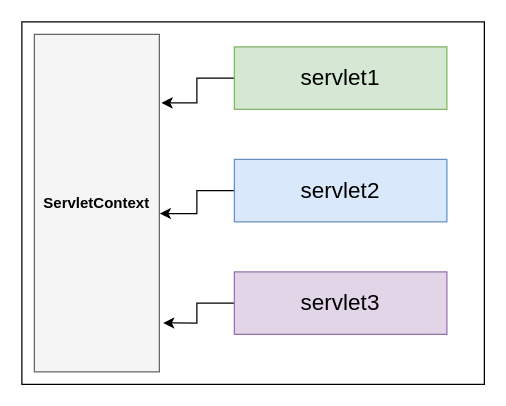
This is servletContext.drawio from JavaLiuTongXue/repo2, a draw.io file, before an edit. Source tidied: cells renumbered, new cells numbered last; positions are measured from the earlier drawing's top-left corner, leaving out a move shared by most shapes. Both pictures are drawn from the tidied source at 125%, with x=0, y=0 at pixel (21, 21).
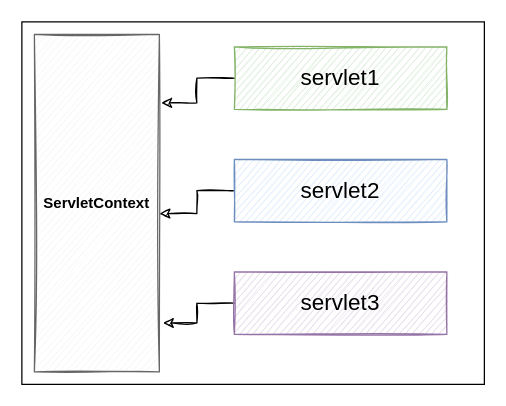
The same diagram, later.

Change to the diagram source:
```diff
@@
 <mxGraphModel>
   <root>
     <mxCell id="0" />
     <mxCell id="1" parent="0" />
     <mxCell id="2" style="rounded=0;whiteSpace=wrap;html=1;" parent="1" vertex="1">
       <mxGeometry width="370" height="290" as="geometry" />
     </mxCell>
-    <mxCell id="3" style="rounded=0;whiteSpace=wrap;html=1;fillColor=#f5f5f5;strokeColor=#666666;fontColor=#333333;" parent="1" vertex="1">
+    <mxCell id="3" style="rounded=0;whiteSpace=wrap;html=1;fillColor=#f5f5f5;strokeColor=#666666;fontColor=#333333;sketch=1;" parent="1" vertex="1">
       <mxGeometry x="10" y="10" width="100" height="270" as="geometry" />
     </mxCell>
     <mxCell id="4" value="&lt;b&gt;ServletContext&lt;/b&gt;" style="text;html=1;strokeColor=none;fillColor=none;align=center;verticalAlign=middle;whiteSpace=wrap;rounded=0;" parent="1" vertex="1">
       <mxGeometry x="30" y="130" width="60" height="30" as="geometry" />
     </mxCell>
-    <mxCell id="5" style="edgeStyle=orthogonalEdgeStyle;rounded=0;jettySize=auto;html=1;entryX=1.017;entryY=0.203;entryDx=0;entryDy=0;entryPerimeter=0;" parent="1" edge="1" source="6" target="3">
+    <mxCell id="5" style="edgeStyle=orthogonalEdgeStyle;rounded=0;jettySize=auto;html=1;entryX=1.017;entryY=0.203;entryDx=0;entryDy=0;entryPerimeter=0;sketch=1;" parent="1" edge="1" source="6" target="3">
       <mxGeometry relative="1" as="geometry" />
     </mxCell>
-    <mxCell id="6" value="&lt;font style=&quot;font-size: 18px&quot;&gt;servlet1&lt;/font&gt;" style="rounded=0;whiteSpace=wrap;html=1;fillColor=#d5e8d4;strokeColor=#82b366;" parent="1" vertex="1">
+    <mxCell id="6" value="&lt;font style=&quot;font-size: 18px&quot;&gt;servlet1&lt;/font&gt;" style="rounded=0;whiteSpace=wrap;html=1;fillColor=#d5e8d4;strokeColor=#82b366;shadow=0;sketch=1;" parent="1" vertex="1">
       <mxGeometry x="170" y="20" width="170" height="50" as="geometry" />
     </mxCell>
-    <mxCell id="7" style="edgeStyle=orthogonalEdgeStyle;rounded=0;jettySize=auto;html=1;entryX=1.003;entryY=0.531;entryDx=0;entryDy=0;entryPerimeter=0;" parent="1" edge="1" source="8" target="3">
+    <mxCell id="7" style="edgeStyle=orthogonalEdgeStyle;rounded=0;jettySize=auto;html=1;entryX=1.003;entryY=0.531;entryDx=0;entryDy=0;entryPerimeter=0;sketch=1;" parent="1" edge="1" source="8" target="3">
       <mxGeometry relative="1" as="geometry" />
     </mxCell>
-    <mxCell id="8" value="&lt;span style=&quot;font-size: 18px&quot;&gt;servlet2&lt;/span&gt;" style="rounded=0;whiteSpace=wrap;html=1;fillColor=#dae8fc;strokeColor=#6c8ebf;" parent="1" vertex="1">
+    <mxCell id="8" value="&lt;span style=&quot;font-size: 18px&quot;&gt;servlet2&lt;/span&gt;" style="rounded=0;whiteSpace=wrap;html=1;fillColor=#dae8fc;strokeColor=#6c8ebf;sketch=1;" parent="1" vertex="1">
       <mxGeometry x="170" y="110" width="170" height="50" as="geometry" />
     </mxCell>
-    <mxCell id="9" style="edgeStyle=orthogonalEdgeStyle;rounded=0;jettySize=auto;html=1;entryX=1.03;entryY=0.855;entryDx=0;entryDy=0;entryPerimeter=0;" parent="1" edge="1" source="10" target="3">
+    <mxCell id="9" style="edgeStyle=orthogonalEdgeStyle;rounded=0;jettySize=auto;html=1;entryX=1.03;entryY=0.855;entryDx=0;entryDy=0;entryPerimeter=0;sketch=1;" parent="1" edge="1" source="10" target="3">
       <mxGeometry relative="1" as="geometry" />
     </mxCell>
-    <mxCell id="10" value="&lt;span style=&quot;font-size: 18px&quot;&gt;servlet3&lt;/span&gt;" style="rounded=0;whiteSpace=wrap;html=1;fillColor=#e1d5e7;strokeColor=#9673a6;" parent="1" vertex="1">
+    <mxCell id="10" value="&lt;span style=&quot;font-size: 18px&quot;&gt;servlet3&lt;/span&gt;" style="rounded=0;whiteSpace=wrap;html=1;fillColor=#e1d5e7;strokeColor=#9673a6;sketch=1;" parent="1" vertex="1">
       <mxGeometry x="170" y="200" width="170" height="50" as="geometry" />
     </mxCell>
   </root>
 </mxGraphModel>
```
